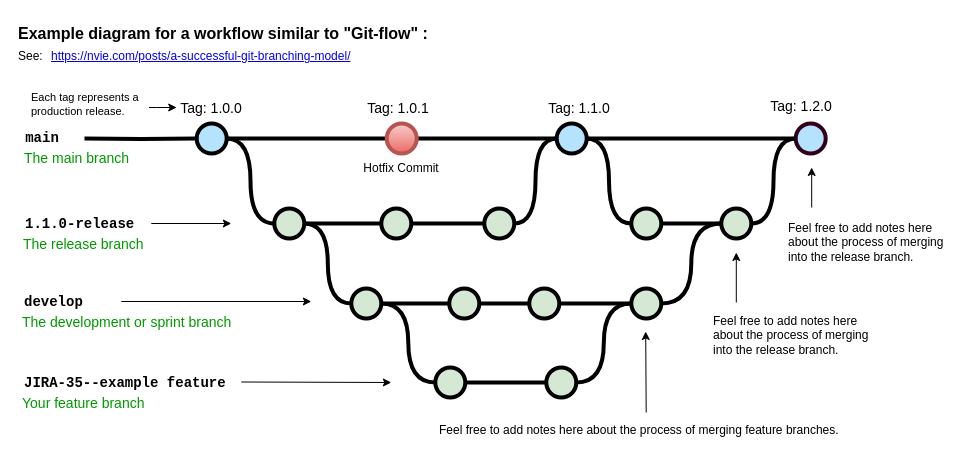
Above: Test-Diagramm.drawio in mh-tec-red/tech-writing_software-docu (draw.io), before the change. Source tidied: cells renumbered, new cells numbered last; positions are measured from the earlier drawing's top-left corner, leaving out a move shared by most shapes. Both pictures are drawn from the tidied source at 100%, with x=0, y=0 at pixel (16, 17).
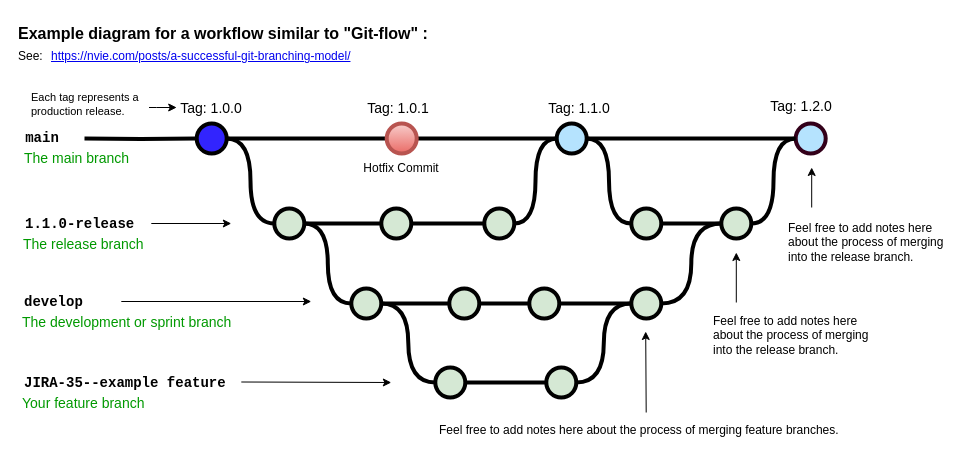
The same page after the edit.

The edit, as a diff of the source:
```diff
@@
-    <mxCell id="5" style="verticalLabelPosition=bottom;verticalAlign=top;html=1;strokeWidth=4;shape=mxgraph.flowchart.on-page_reference;plain-blue;gradientColor=none;fillColor=#B5E3Fe;strokeColor=#000000;" parent="1" vertex="1">
+    <mxCell id="5" style="verticalLabelPosition=bottom;verticalAlign=top;html=1;strokeWidth=4;shape=mxgraph.flowchart.on-page_reference;plain-blue;gradientColor=none;fillColor=#3224FE;strokeColor=#000000;" parent="1" vertex="1">
       <mxGeometry x="180.2" y="106" width="30" height="30" as="geometry" />
     </mxCell>
```
